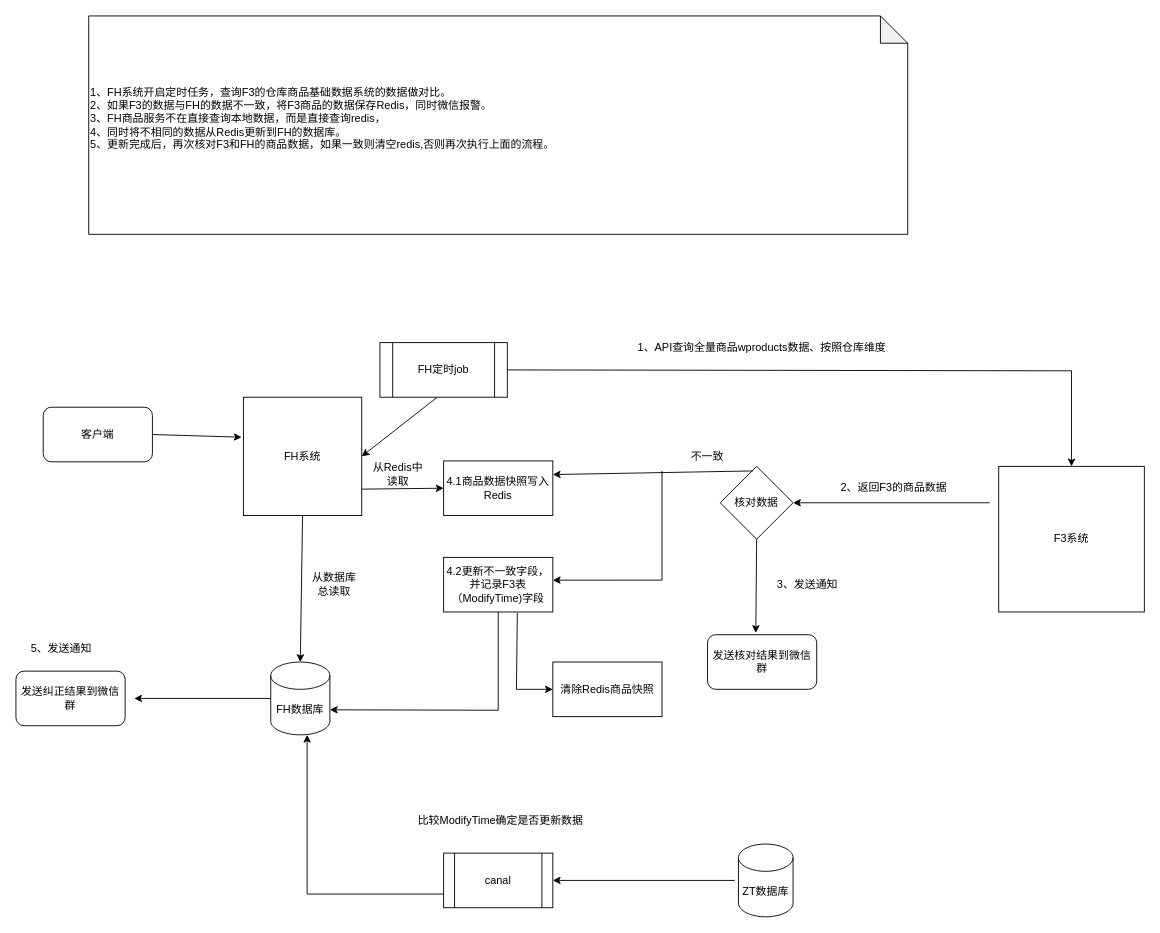
Earlier version of the draw.io diagram SketchMap/FH校验商品基础数据.drawio (liuyunlong1229/aaa). Source tidied: cells renumbered, new cells numbered last; positions are measured from the earlier drawing's top-left corner, leaving out a move shared by most shapes. Both pictures are drawn from the tidied source at 91%, with x=0, y=0 at pixel (15, 15).
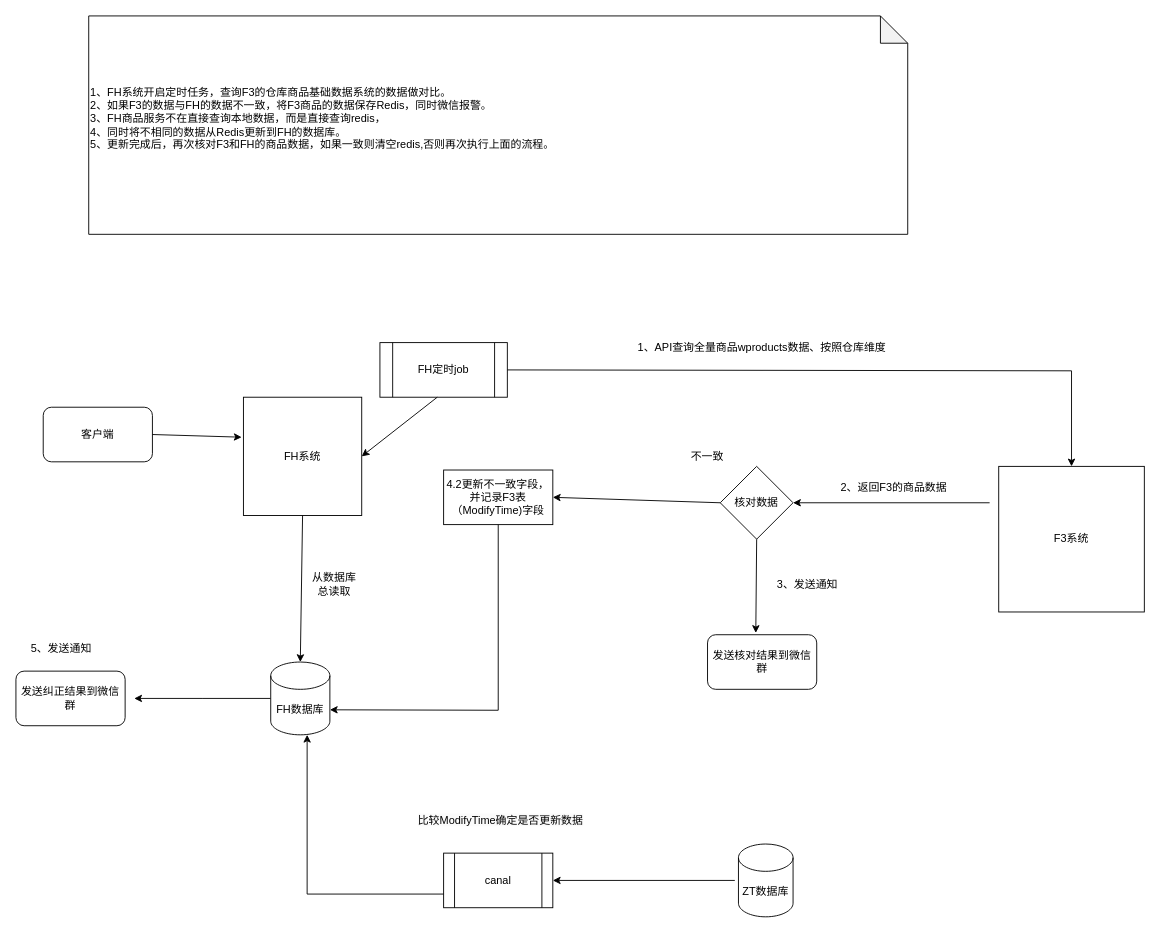
Above is the later version.

Commit message:
更新FH校验商品基础数据.drawio

Unchanged cells that the change refers to:
```xml
<mxCell id="13" value="核对数据" style="rhombus;whiteSpace=wrap;html=1;" parent="1" vertex="1">
  <mxGeometry x="774" y="495" width="80" height="80" as="geometry" />
</mxCell>
```

Diff of the diagram source:
```diff
@@
-    <mxCell id="15" style="endArrow=classic;html=1;rounded=0;entryX=1;entryY=0.25;entryDx=0;entryDy=0;" parent="1" edge="1" target="16">
-      <mxGeometry relative="1" as="geometry">
-        <mxPoint x="810" y="500" as="sourcePoint" />
-      </mxGeometry>
+    <mxCell id="15" style="endArrow=classic;html=1;rounded=0;entryX=1;entryY=0.5;entryDx=0;entryDy=0;exitX=0;exitY=0.5;exitDx=0;exitDy=0;" parent="1" edge="1" source="13" target="18">
+      <mxGeometry relative="1" as="geometry" />
     </mxCell>
-    <mxCell id="16" value="4.1商品数据快照写入Redis" style="rounded=0;whiteSpace=wrap;html=1;" parent="1" vertex="1">
-      <mxGeometry x="470" y="489" width="120" height="60" as="geometry" />
-    </mxCell>
-    <mxCell id="17" style="endArrow=classic;html=1;rounded=0;entryX=0;entryY=0.5;entryDx=0;entryDy=0;" parent="1" edge="1" target="16">
-      <mxGeometry relative="1" as="geometry">
-        <mxPoint x="380" y="520" as="sourcePoint" />
-      </mxGeometry>
-    </mxCell>
     <mxCell id="18" value="4.2更新不一致字段，并记录F3表（ModifyTime)字段" style="rounded=0;whiteSpace=wrap;html=1;" parent="1" vertex="1">
-      <mxGeometry x="470" y="595" width="120" height="60" as="geometry" />
+      <mxGeometry x="470" y="499" width="120" height="60" as="geometry" />
     </mxCell>
-    <mxCell id="19" style="endArrow=classic;html=1;rounded=0;entryX=1;entryY=0.417;entryDx=0;entryDy=0;entryPerimeter=0;" parent="1" edge="1" target="18">
-      <mxGeometry relative="1" as="geometry">
-        <mxPoint x="710" y="500" as="sourcePoint" />
-        <Array as="points">
-          <mxPoint x="710" y="620" />
-        </Array>
-      </mxGeometry>
-    </mxCell>
@@
-    <mxCell id="31" value="清除Redis商品快照" style="rounded=0;whiteSpace=wrap;html=1;" parent="1" vertex="1">
-      <mxGeometry x="590" y="710" width="120" height="60" as="geometry" />
-    </mxCell>
@@
-    <mxCell id="33" style="endArrow=classic;html=1;rounded=0;exitX=0.675;exitY=1.017;exitDx=0;exitDy=0;exitPerimeter=0;entryX=0;entryY=0.5;entryDx=0;entryDy=0;" parent="1" edge="1" source="18" target="31">
-      <mxGeometry relative="1" as="geometry">
-        <Array as="points">
-          <mxPoint x="550" y="740" />
-        </Array>
-      </mxGeometry>
-    </mxCell>
-    <mxCell id="34" value="从Redis中读取" style="text;html=1;align=center;verticalAlign=middle;whiteSpace=wrap;rounded=0;" parent="1" vertex="1">
-      <mxGeometry x="390" y="489" width="60" height="30" as="geometry" />
-    </mxCell>
```
